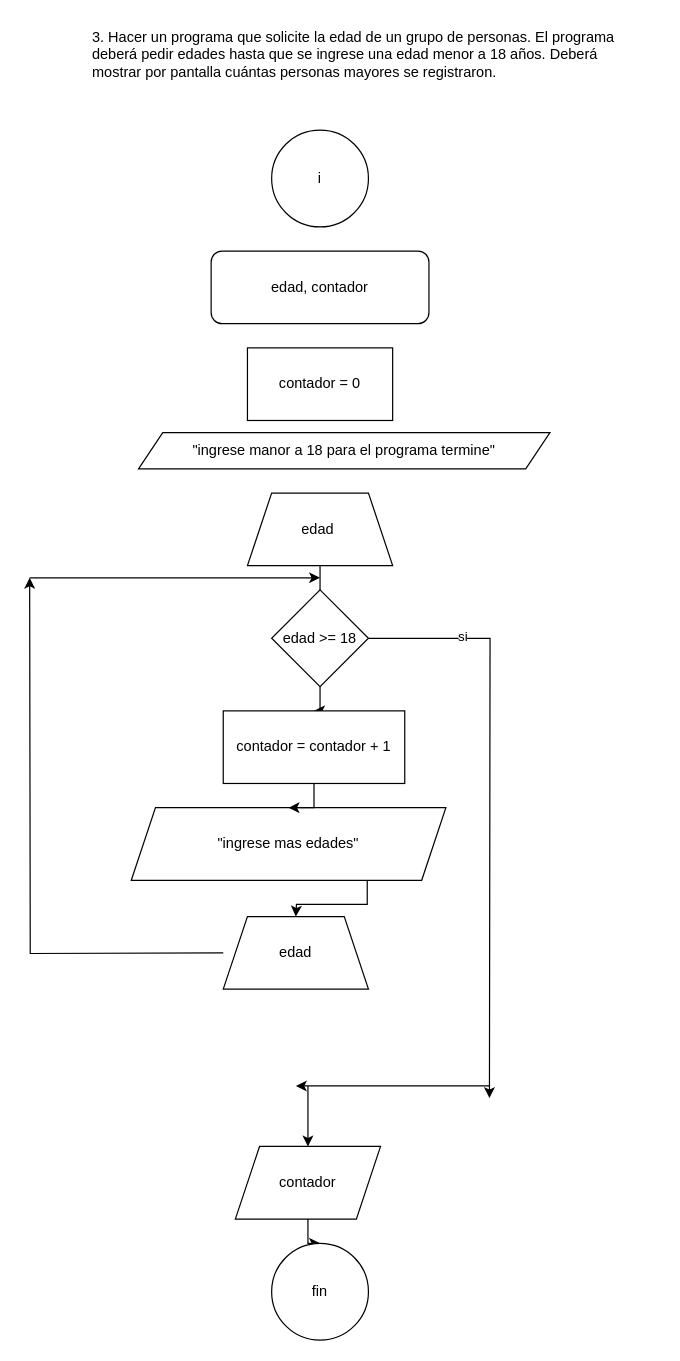
The draw.io diagram page "Página-3" (3 of 9) of Diagrama sin título.drawio in omaryuri9594/algoritmo_advanced.io, before the edit. Source tidied: cells renumbered, new cells numbered last; positions are measured from the earlier drawing's top-left corner, leaving out a move shared by most shapes. Both pictures are drawn from the tidied source at 121%, with x=0, y=0 at pixel (29, 21).
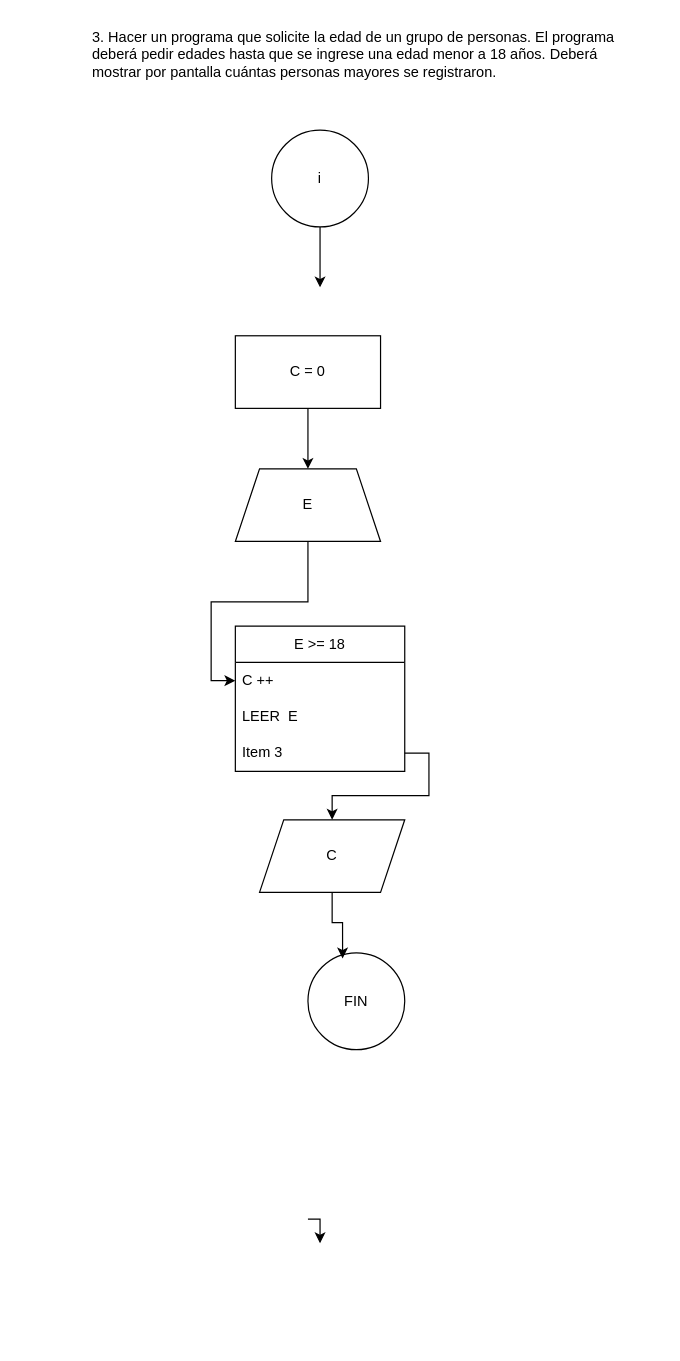
The same page after the edit.

The change refers to these unchanged cells:
```xml
<mxCell id="3" value="i" style="ellipse;whiteSpace=wrap;html=1;" parent="1" vertex="1">
  <mxGeometry x="200" y="90" width="80" height="80" as="geometry" />
</mxCell>
```

What changed in the source:
```diff
@@
+    <mxCell id="25" style="edgeStyle=orthogonalEdgeStyle;rounded=0;jettySize=auto;html=1;" parent="1" edge="1" source="3">
+      <mxGeometry relative="1" as="geometry">
+        <mxPoint x="240" y="220" as="targetPoint" />
+      </mxGeometry>
+    </mxCell>
@@
-    <mxCell id="4" value="edad, contador" style="rounded=1;whiteSpace=wrap;html=1;" parent="1" vertex="1">
-      <mxGeometry x="150" y="190" width="180" height="60" as="geometry" />
-    </mxCell>
-    <mxCell id="5" value="contador = 0" style="whiteSpace=wrap;html=1;" parent="1" vertex="1">
-      <mxGeometry x="180" y="270" width="120" height="60" as="geometry" />
-    </mxCell>
-    <mxCell id="6" style="edgeStyle=orthogonalEdgeStyle;rounded=0;jettySize=auto;html=1;" parent="1" edge="1" source="10">
-      <mxGeometry relative="1" as="geometry">
-        <mxPoint x="380" y="890" as="targetPoint" />
-      </mxGeometry>
-    </mxCell>
-    <mxCell id="7" value="si" style="edgeLabel;html=1;align=center;verticalAlign=middle;" parent="6" vertex="1">
-      <mxGeometry x="-0.68" y="2" relative="1" as="geometry" />
-    </mxCell>
-    <mxCell id="8" style="edgeStyle=orthogonalEdgeStyle;rounded=0;jettySize=auto;html=1;" parent="1" edge="1" source="10">
-      <mxGeometry relative="1" as="geometry">
-        <mxPoint x="240" y="500" as="targetPoint" />
-      </mxGeometry>
-    </mxCell>
-    <mxCell id="9" style="edgeStyle=orthogonalEdgeStyle;rounded=0;jettySize=auto;html=1;" parent="1" edge="1" source="10" target="17">
-      <mxGeometry relative="1" as="geometry" />
-    </mxCell>
-    <mxCell id="10" value="edad &amp;gt;= 18" style="rhombus;whiteSpace=wrap;html=1;" parent="1" vertex="1">
-      <mxGeometry x="200" y="470" width="80" height="80" as="geometry" />
-    </mxCell>
-    <mxCell id="11" style="edgeStyle=orthogonalEdgeStyle;rounded=0;orthogonalLoop=1;jettySize=auto;html=1;" parent="1" edge="1">
-      <mxGeometry relative="1" as="geometry">
-        <mxPoint x="160" y="770" as="sourcePoint" />
-        <mxPoint y="460" as="targetPoint" />
-      </mxGeometry>
-    </mxCell>
-    <mxCell id="12" style="edgeStyle=orthogonalEdgeStyle;rounded=0;jettySize=auto;html=1;exitX=0.75;exitY=1;exitDx=0;exitDy=0;entryX=0.5;entryY=0;entryDx=0;entryDy=0;" parent="1" edge="1" source="13">
-      <mxGeometry relative="1" as="geometry">
-        <mxPoint x="220" y="740" as="targetPoint" />
-      </mxGeometry>
-    </mxCell>
-    <mxCell id="13" value="&quot;ingrese mas edades&quot;" style="shape=parallelogram;perimeter=parallelogramPerimeter;whiteSpace=wrap;html=1;fixedSize=1;" parent="1" vertex="1">
-      <mxGeometry x="84" y="650" width="260" height="60" as="geometry" />
-    </mxCell>
-    <mxCell id="14" value="edad&amp;nbsp;" style="shape=trapezoid;perimeter=trapezoidPerimeter;whiteSpace=wrap;html=1;fixedSize=1;" parent="1" vertex="1">
-      <mxGeometry x="180" y="390" width="120" height="60" as="geometry" />
-    </mxCell>
-    <mxCell id="15" value="&quot;ingrese manor a 18 para el programa termine&quot;" style="shape=parallelogram;perimeter=parallelogramPerimeter;whiteSpace=wrap;html=1;fixedSize=1;" parent="1" vertex="1">
-      <mxGeometry x="90" y="340" width="340" height="30" as="geometry" />
-    </mxCell>
-    <mxCell id="16" style="edgeStyle=orthogonalEdgeStyle;rounded=0;jettySize=auto;html=1;" parent="1" edge="1" source="17" target="13">
-      <mxGeometry relative="1" as="geometry" />
-    </mxCell>
-    <mxCell id="17" value="contador = contador + 1" style="whiteSpace=wrap;html=1;" parent="1" vertex="1">
-      <mxGeometry x="160" y="570" width="150" height="60" as="geometry" />
-    </mxCell>
-    <mxCell id="18" value="edad" style="shape=trapezoid;perimeter=trapezoidPerimeter;whiteSpace=wrap;html=1;fixedSize=1;" parent="1" vertex="1">
-      <mxGeometry x="160" y="740" width="120" height="60" as="geometry" />
-    </mxCell>
-    <mxCell id="19" style="endArrow=classic;html=1;rounded=0;" parent="1" edge="1">
-      <mxGeometry relative="1" as="geometry">
-        <mxPoint y="460" as="sourcePoint" />
-        <mxPoint x="240" y="460" as="targetPoint" />
-      </mxGeometry>
-    </mxCell>
-    <mxCell id="20" style="endArrow=classic;html=1;rounded=0;" parent="1" edge="1">
-      <mxGeometry relative="1" as="geometry">
-        <mxPoint x="380" y="880" as="sourcePoint" />
-        <mxPoint x="220" y="880" as="targetPoint" />
-      </mxGeometry>
-    </mxCell>
-    <mxCell id="21" style="endArrow=classic;html=1;rounded=0;" parent="1" edge="1">
-      <mxGeometry relative="1" as="geometry">
-        <mxPoint x="230" y="880" as="sourcePoint" />
-        <mxPoint x="230" y="930" as="targetPoint" />
-      </mxGeometry>
-    </mxCell>
-    <mxCell id="22" style="edgeStyle=orthogonalEdgeStyle;rounded=0;jettySize=auto;html=1;" parent="1" edge="1" source="23" target="24">
-      <mxGeometry relative="1" as="geometry" />
+    <mxCell id="22" style="edgeStyle=orthogonalEdgeStyle;rounded=0;orthogonalLoop=1;jettySize=auto;html=1;" parent="1" edge="1">
+      <mxGeometry relative="1" as="geometry">
+        <mxPoint x="230" y="990" as="sourcePoint" />
+        <mxPoint x="240" y="1010" as="targetPoint" />
+      </mxGeometry>
     </mxCell>
-    <mxCell id="23" value="contador" style="shape=parallelogram;perimeter=parallelogramPerimeter;whiteSpace=wrap;html=1;fixedSize=1;" parent="1" vertex="1">
-      <mxGeometry x="170" y="930" width="120" height="60" as="geometry" />
-    </mxCell>
-    <mxCell id="24" value="fin" style="ellipse;whiteSpace=wrap;html=1;" parent="1" vertex="1">
-      <mxGeometry x="200" y="1010" width="80" height="80" as="geometry" />
-    </mxCell>
+    <mxCell id="26" value="E &amp;gt;= 18" style="swimlane;fontStyle=0;horizontal=1;startSize=30;whiteSpace=wrap;html=1;" parent="1" vertex="1">
+      <mxGeometry x="170" y="500" width="140" height="120" as="geometry" />
+    </mxCell>
+    <mxCell id="27" value="C ++" style="text;strokeColor=none;fillColor=none;align=left;verticalAlign=middle;spacingLeft=4;spacingRight=4;overflow=hidden;points=[[0,0.5],[1,0.5]];portConstraint=eastwest;whiteSpace=wrap;html=1;" parent="26" vertex="1">
+      <mxGeometry y="30" width="140" height="30" as="geometry" />
+    </mxCell>
+    <mxCell id="28" value="LEER&amp;nbsp; E" style="text;strokeColor=none;fillColor=none;align=left;verticalAlign=middle;spacingLeft=4;spacingRight=4;overflow=hidden;whiteSpace=wrap;html=1;" parent="26" vertex="1">
+      <mxGeometry y="60" width="140" height="30" as="geometry" />
+    </mxCell>
+    <mxCell id="29" value="Item 3" style="text;strokeColor=none;fillColor=none;align=left;verticalAlign=middle;spacingLeft=4;spacingRight=4;overflow=hidden;points=[[0,0.5],[1,0.5]];portConstraint=eastwest;whiteSpace=wrap;html=1;" parent="26" vertex="1">
+      <mxGeometry y="90" width="140" height="30" as="geometry" />
+    </mxCell>
+    <mxCell id="30" style="edgeStyle=orthogonalEdgeStyle;rounded=0;jettySize=auto;html=1;" parent="1" edge="1" source="31" target="33">
+      <mxGeometry relative="1" as="geometry" />
+    </mxCell>
+    <mxCell id="31" value="C = 0" style="whiteSpace=wrap;html=1;" parent="1" vertex="1">
+      <mxGeometry x="170" y="260" width="120" height="60" as="geometry" />
+    </mxCell>
+    <mxCell id="32" style="edgeStyle=orthogonalEdgeStyle;rounded=0;jettySize=auto;html=1;" parent="1" edge="1" source="33" target="27">
+      <mxGeometry relative="1" as="geometry" />
+    </mxCell>
+    <mxCell id="33" value="E" style="shape=trapezoid;perimeter=trapezoidPerimeter;whiteSpace=wrap;html=1;fixedSize=1;" parent="1" vertex="1">
+      <mxGeometry x="170" y="370" width="120" height="60" as="geometry" />
+    </mxCell>
+    <mxCell id="34" value="FIN" style="ellipse;whiteSpace=wrap;html=1;" parent="1" vertex="1">
+      <mxGeometry x="230" y="770" width="80" height="80" as="geometry" />
+    </mxCell>
+    <mxCell id="35" value="C" style="shape=parallelogram;perimeter=parallelogramPerimeter;whiteSpace=wrap;html=1;fixedSize=1;" parent="1" vertex="1">
+      <mxGeometry x="190" y="660" width="120" height="60" as="geometry" />
+    </mxCell>
+    <mxCell id="36" style="edgeStyle=orthogonalEdgeStyle;rounded=0;jettySize=auto;html=1;" parent="1" edge="1" source="29" target="35">
+      <mxGeometry relative="1" as="geometry" />
+    </mxCell>
+    <mxCell id="37" style="edgeStyle=orthogonalEdgeStyle;rounded=0;jettySize=auto;html=1;entryX=0.358;entryY=0.058;entryDx=0;entryDy=0;entryPerimeter=0;" parent="1" edge="1" source="35" target="34">
+      <mxGeometry relative="1" as="geometry" />
+    </mxCell>
```
